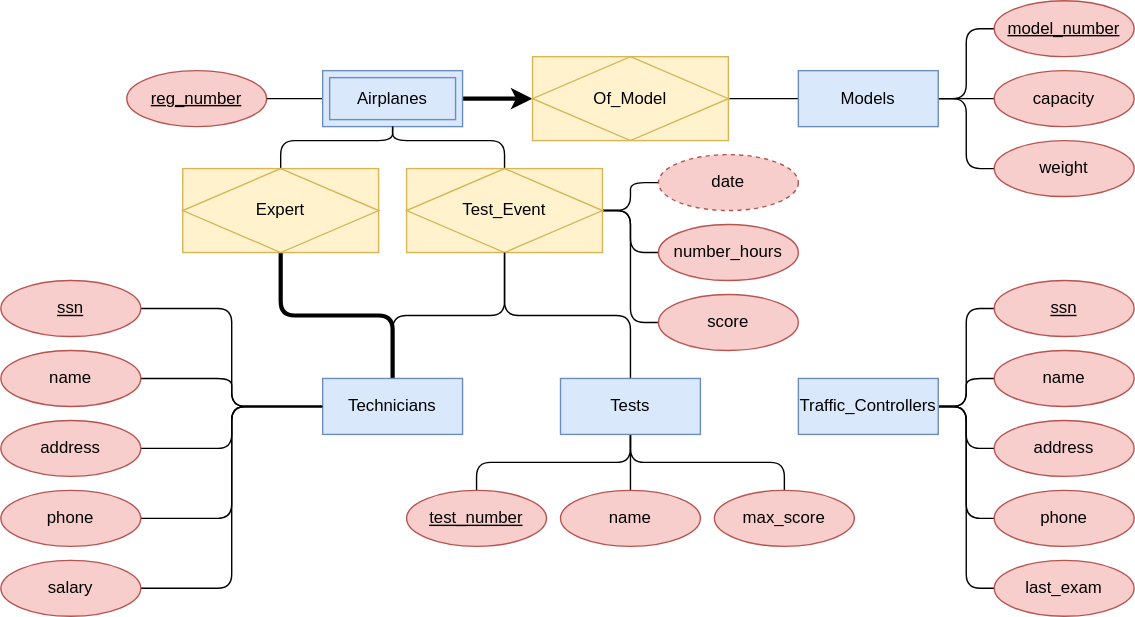
eamonniknafs/sample-SQL-schemas keeps this draw.io diagram as AirportBase/ER.svg. Above is the earlier version. Source tidied: cells renumbered, new cells last; positions are measured from the earlier drawing's top-left corner, leaving out a move shared by most shapes.
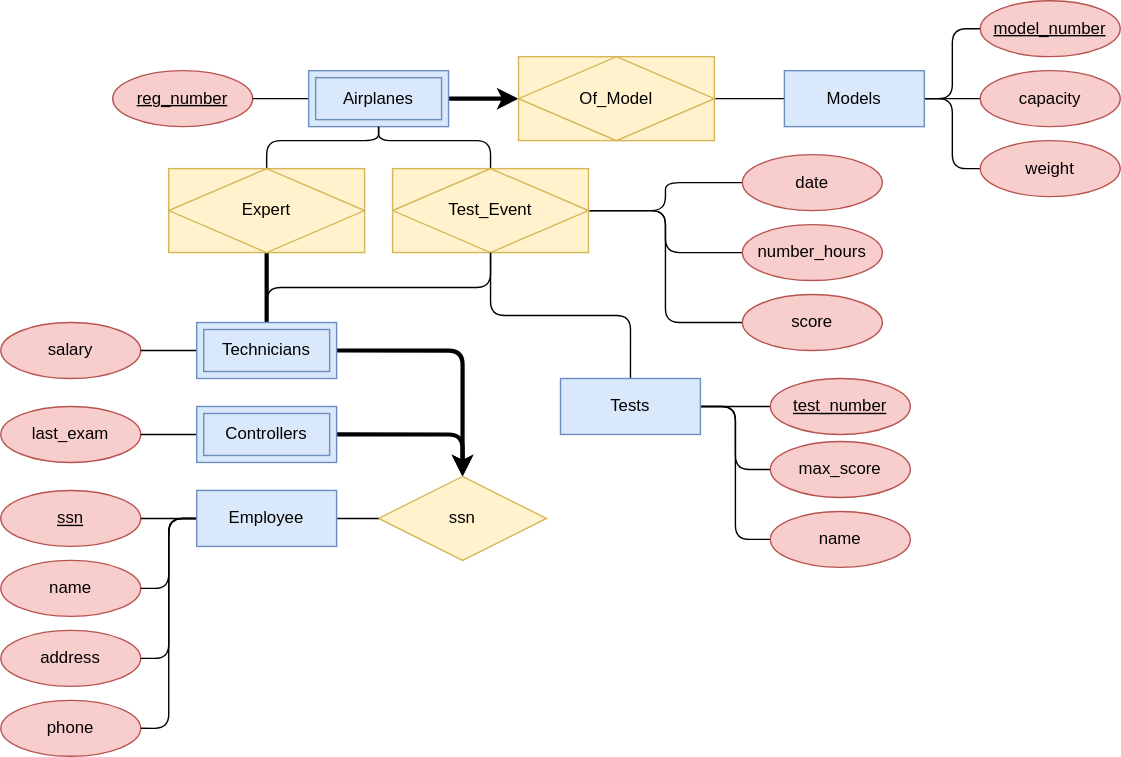
Above is the later version.

Change to the diagram source:
```diff
@@ -41,27 +41,9 @@
     <mxCell id="14" value="model_number" style="ellipse;whiteSpace=wrap;html=1;align=center;fontStyle=4;fontFamily=Helvetica;fontSize=12;fontColor=default;strokeColor=#b85450;fillColor=#f8cecc;" parent="1" vertex="1">
       <mxGeometry x="710" width="100" height="40" as="geometry" />
     </mxCell>
-    <mxCell id="15" style="edgeStyle=orthogonalEdgeStyle;rounded=1;jettySize=auto;html=1;exitX=0;exitY=0.5;exitDx=0;exitDy=0;entryX=1;entryY=0.5;entryDx=0;entryDy=0;labelBackgroundColor=default;fontFamily=Helvetica;fontSize=12;fontColor=default;startArrow=none;startFill=0;endArrow=none;endFill=0;strokeColor=default;strokeWidth=1;" parent="1" edge="1" source="21" target="29">
-      <mxGeometry relative="1" as="geometry" />
-    </mxCell>
-    <mxCell id="16" style="edgeStyle=orthogonalEdgeStyle;rounded=1;jettySize=auto;html=1;exitX=0;exitY=0.5;exitDx=0;exitDy=0;entryX=1;entryY=0.5;entryDx=0;entryDy=0;labelBackgroundColor=default;fontFamily=Helvetica;fontSize=12;fontColor=default;startArrow=none;startFill=0;endArrow=none;endFill=0;strokeColor=default;strokeWidth=1;" parent="1" edge="1" source="21" target="30">
-      <mxGeometry relative="1" as="geometry" />
-    </mxCell>
-    <mxCell id="17" style="edgeStyle=orthogonalEdgeStyle;rounded=1;jettySize=auto;html=1;exitX=0;exitY=0.5;exitDx=0;exitDy=0;entryX=1;entryY=0.5;entryDx=0;entryDy=0;labelBackgroundColor=default;fontFamily=Helvetica;fontSize=12;fontColor=default;startArrow=none;startFill=0;endArrow=none;endFill=0;strokeColor=default;strokeWidth=1;" parent="1" edge="1" source="21" target="31">
-      <mxGeometry relative="1" as="geometry" />
-    </mxCell>
-    <mxCell id="18" style="edgeStyle=orthogonalEdgeStyle;rounded=1;jettySize=auto;html=1;exitX=0;exitY=0.5;exitDx=0;exitDy=0;entryX=1;entryY=0.5;entryDx=0;entryDy=0;labelBackgroundColor=default;fontFamily=Helvetica;fontSize=12;fontColor=default;startArrow=none;startFill=0;endArrow=none;endFill=0;strokeColor=default;strokeWidth=1;" parent="1" edge="1" source="21" target="32">
-      <mxGeometry relative="1" as="geometry" />
-    </mxCell>
-    <mxCell id="19" style="edgeStyle=orthogonalEdgeStyle;rounded=1;jettySize=auto;html=1;exitX=0.5;exitY=0;exitDx=0;exitDy=0;entryX=0.5;entryY=1;entryDx=0;entryDy=0;labelBackgroundColor=default;fontFamily=Helvetica;fontSize=12;fontColor=default;startArrow=none;startFill=0;endArrow=none;endFill=0;strokeColor=default;strokeWidth=3;" parent="1" edge="1" source="21" target="23">
+    <mxCell id="19" style="edgeStyle=orthogonalEdgeStyle;rounded=1;jettySize=auto;html=1;entryX=0.5;entryY=1;entryDx=0;entryDy=0;labelBackgroundColor=default;fontFamily=Helvetica;fontSize=12;fontColor=default;startArrow=none;startFill=0;endArrow=none;endFill=0;strokeColor=default;strokeWidth=3;" parent="1" edge="1" source="21" target="23">
       <mxGeometry relative="1" as="geometry" />
     </mxCell>
-    <mxCell id="20" style="edgeStyle=orthogonalEdgeStyle;rounded=1;jettySize=auto;html=1;exitX=0.5;exitY=0;exitDx=0;exitDy=0;entryX=0.5;entryY=1;entryDx=0;entryDy=0;labelBackgroundColor=default;fontFamily=Helvetica;fontSize=12;fontColor=default;startArrow=none;startFill=0;endArrow=none;endFill=0;strokeColor=default;strokeWidth=1;" parent="1" edge="1" source="21" target="28">
-      <mxGeometry relative="1" as="geometry" />
-    </mxCell>
-    <mxCell id="21" value="Technicians" style="whiteSpace=wrap;html=1;align=center;fontFamily=Helvetica;fontSize=12;strokeColor=#6c8ebf;fillColor=#dae8fc;" parent="1" vertex="1">
-      <mxGeometry x="230" y="270" width="100" height="40" as="geometry" />
-    </mxCell>
     <mxCell id="22" style="edgeStyle=orthogonalEdgeStyle;rounded=1;jettySize=auto;html=1;exitX=0.5;exitY=0;exitDx=0;exitDy=0;entryX=0.5;entryY=1;entryDx=0;entryDy=0;labelBackgroundColor=default;fontFamily=Helvetica;fontSize=12;fontColor=default;startArrow=none;startFill=0;endArrow=none;endFill=0;strokeColor=default;strokeWidth=1;" parent="1" edge="1" source="23" target="5">
       <mxGeometry relative="1" as="geometry" />
     </mxCell>
@@ -80,92 +62,101 @@
     <mxCell id="27" style="edgeStyle=orthogonalEdgeStyle;shape=connector;rounded=1;jettySize=auto;html=1;exitX=1;exitY=0.5;exitDx=0;exitDy=0;entryX=0;entryY=0.5;entryDx=0;entryDy=0;labelBackgroundColor=default;fontFamily=Helvetica;fontSize=12;fontColor=default;startArrow=none;startFill=0;endArrow=none;endFill=0;strokeColor=default;strokeWidth=1;" parent="1" edge="1" source="28" target="56">
       <mxGeometry relative="1" as="geometry" />
     </mxCell>
+    <mxCell id="57" style="edgeStyle=orthogonalEdgeStyle;shape=connector;rounded=1;jettySize=auto;html=1;exitX=0.5;exitY=1;exitDx=0;exitDy=0;entryX=0.5;entryY=0;entryDx=0;entryDy=0;labelBackgroundColor=default;fontFamily=Helvetica;fontSize=12;fontColor=default;startArrow=none;startFill=0;endArrow=none;endFill=0;strokeColor=default;strokeWidth=1;" parent="1" edge="1" source="28" target="21">
+      <mxGeometry relative="1" as="geometry" />
+    </mxCell>
     <mxCell id="28" value="Test_Event" style="shape=associativeEntity;whiteSpace=wrap;html=1;align=center;fontFamily=Helvetica;fontSize=12;strokeColor=#d6b656;fillColor=#fff2cc;" parent="1" vertex="1">
       <mxGeometry x="290" y="120" width="140" height="60" as="geometry" />
     </mxCell>
     <mxCell id="29" value="ssn" style="ellipse;whiteSpace=wrap;html=1;align=center;fontStyle=4;fontFamily=Helvetica;fontSize=12;fontColor=default;strokeColor=#b85450;fillColor=#f8cecc;" parent="1" vertex="1">
-      <mxGeometry y="200" width="100" height="40" as="geometry" />
+      <mxGeometry x="10" y="350" width="100" height="40" as="geometry" />
     </mxCell>
     <mxCell id="30" value="name" style="ellipse;whiteSpace=wrap;html=1;align=center;fontFamily=Helvetica;fontSize=12;fontColor=default;strokeColor=#b85450;fillColor=#f8cecc;" parent="1" vertex="1">
-      <mxGeometry y="250" width="100" height="40" as="geometry" />
+      <mxGeometry x="10" y="400" width="100" height="40" as="geometry" />
     </mxCell>
     <mxCell id="31" value="address" style="ellipse;whiteSpace=wrap;html=1;align=center;fontFamily=Helvetica;fontSize=12;fontColor=default;strokeColor=#b85450;fillColor=#f8cecc;" parent="1" vertex="1">
-      <mxGeometry y="300" width="100" height="40" as="geometry" />
+      <mxGeometry x="10" y="450" width="100" height="40" as="geometry" />
     </mxCell>
     <mxCell id="32" value="phone" style="ellipse;whiteSpace=wrap;html=1;align=center;fontFamily=Helvetica;fontSize=12;fontColor=default;strokeColor=#b85450;fillColor=#f8cecc;" parent="1" vertex="1">
-      <mxGeometry y="350" width="100" height="40" as="geometry" />
+      <mxGeometry x="10" y="500" width="100" height="40" as="geometry" />
     </mxCell>
-    <mxCell id="33" style="edgeStyle=orthogonalEdgeStyle;rounded=1;jettySize=auto;html=1;exitX=1;exitY=0.5;exitDx=0;exitDy=0;entryX=0;entryY=0.5;entryDx=0;entryDy=0;labelBackgroundColor=default;fontFamily=Helvetica;fontSize=12;fontColor=default;startArrow=none;startFill=0;endArrow=none;endFill=0;strokeColor=default;strokeWidth=1;" parent="1" edge="1" source="38" target="44">
-      <mxGeometry relative="1" as="geometry" />
-    </mxCell>
-    <mxCell id="34" style="edgeStyle=orthogonalEdgeStyle;shape=connector;rounded=1;jettySize=auto;html=1;exitX=1;exitY=0.5;exitDx=0;exitDy=0;entryX=0;entryY=0.5;entryDx=0;entryDy=0;labelBackgroundColor=default;fontFamily=Helvetica;fontSize=12;fontColor=default;startArrow=none;startFill=0;endArrow=none;endFill=0;strokeColor=default;strokeWidth=1;" parent="1" edge="1" source="38" target="45">
-      <mxGeometry relative="1" as="geometry" />
-    </mxCell>
-    <mxCell id="35" style="edgeStyle=orthogonalEdgeStyle;shape=connector;rounded=1;jettySize=auto;html=1;exitX=1;exitY=0.5;exitDx=0;exitDy=0;labelBackgroundColor=default;fontFamily=Helvetica;fontSize=12;fontColor=default;startArrow=none;startFill=0;endArrow=none;endFill=0;strokeColor=default;strokeWidth=1;" parent="1" edge="1" source="38" target="48">
-      <mxGeometry relative="1" as="geometry" />
-    </mxCell>
-    <mxCell id="36" style="edgeStyle=orthogonalEdgeStyle;shape=connector;rounded=1;jettySize=auto;html=1;exitX=1;exitY=0.5;exitDx=0;exitDy=0;entryX=0;entryY=0.5;entryDx=0;entryDy=0;labelBackgroundColor=default;fontFamily=Helvetica;fontSize=12;fontColor=default;startArrow=none;startFill=0;endArrow=none;endFill=0;strokeColor=default;strokeWidth=1;" parent="1" edge="1" source="38" target="49">
-      <mxGeometry relative="1" as="geometry" />
-    </mxCell>
-    <mxCell id="37" style="edgeStyle=orthogonalEdgeStyle;shape=connector;rounded=1;jettySize=auto;html=1;exitX=1;exitY=0.5;exitDx=0;exitDy=0;entryX=0;entryY=0.5;entryDx=0;entryDy=0;labelBackgroundColor=default;fontFamily=Helvetica;fontSize=12;fontColor=default;startArrow=none;startFill=0;endArrow=none;endFill=0;strokeColor=default;strokeWidth=1;" parent="1" edge="1" source="38" target="50">
-      <mxGeometry relative="1" as="geometry" />
-    </mxCell>
-    <mxCell id="38" value="Traffic_Controllers" style="whiteSpace=wrap;html=1;align=center;fontFamily=Helvetica;fontSize=12;strokeColor=#6c8ebf;fillColor=#dae8fc;" parent="1" vertex="1">
-      <mxGeometry x="570" y="270" width="100" height="40" as="geometry" />
-    </mxCell>
     <mxCell id="39" style="edgeStyle=orthogonalEdgeStyle;rounded=1;jettySize=auto;html=1;exitX=0.5;exitY=0;exitDx=0;exitDy=0;entryX=0.5;entryY=1;entryDx=0;entryDy=0;labelBackgroundColor=default;fontFamily=Helvetica;fontSize=12;fontColor=default;startArrow=none;startFill=0;endArrow=none;endFill=0;strokeColor=default;strokeWidth=1;" parent="1" edge="1" source="43" target="28">
       <mxGeometry relative="1" as="geometry" />
     </mxCell>
-    <mxCell id="40" style="edgeStyle=orthogonalEdgeStyle;shape=connector;rounded=1;jettySize=auto;html=1;exitX=0.5;exitY=1;exitDx=0;exitDy=0;entryX=0.5;entryY=0;entryDx=0;entryDy=0;labelBackgroundColor=default;fontFamily=Helvetica;fontSize=12;fontColor=default;startArrow=none;startFill=0;endArrow=none;endFill=0;strokeColor=default;strokeWidth=1;" parent="1" edge="1" source="43" target="52">
-      <mxGeometry relative="1" as="geometry" />
-    </mxCell>
-    <mxCell id="41" style="edgeStyle=orthogonalEdgeStyle;shape=connector;rounded=1;jettySize=auto;html=1;exitX=0.5;exitY=1;exitDx=0;exitDy=0;entryX=0.5;entryY=0;entryDx=0;entryDy=0;labelBackgroundColor=default;fontFamily=Helvetica;fontSize=12;fontColor=default;startArrow=none;startFill=0;endArrow=none;endFill=0;strokeColor=default;strokeWidth=1;" parent="1" edge="1" source="43" target="51">
+    <mxCell id="41" style="edgeStyle=orthogonalEdgeStyle;shape=connector;rounded=1;jettySize=auto;html=1;exitX=1;exitY=0.5;exitDx=0;exitDy=0;entryX=0;entryY=0.5;entryDx=0;entryDy=0;labelBackgroundColor=default;fontFamily=Helvetica;fontSize=12;fontColor=default;startArrow=none;startFill=0;endArrow=none;endFill=0;strokeColor=default;strokeWidth=1;" parent="1" edge="1" source="43" target="51">
       <mxGeometry relative="1" as="geometry" />
     </mxCell>
-    <mxCell id="42" style="edgeStyle=orthogonalEdgeStyle;shape=connector;rounded=1;jettySize=auto;html=1;exitX=0.5;exitY=1;exitDx=0;exitDy=0;labelBackgroundColor=default;fontFamily=Helvetica;fontSize=12;fontColor=default;startArrow=none;startFill=0;endArrow=none;endFill=0;strokeColor=default;strokeWidth=1;" parent="1" edge="1" source="43" target="53">
+    <mxCell id="42" style="edgeStyle=orthogonalEdgeStyle;shape=connector;rounded=1;jettySize=auto;html=1;exitX=1;exitY=0.5;exitDx=0;exitDy=0;entryX=0;entryY=0.5;entryDx=0;entryDy=0;labelBackgroundColor=default;fontFamily=Helvetica;fontSize=12;fontColor=default;startArrow=none;startFill=0;endArrow=none;endFill=0;strokeColor=default;strokeWidth=1;" parent="1" edge="1" source="43" target="53">
       <mxGeometry relative="1" as="geometry" />
     </mxCell>
+    <mxCell id="40" style="edgeStyle=orthogonalEdgeStyle;shape=connector;rounded=1;jettySize=auto;html=1;exitX=1;exitY=0.5;exitDx=0;exitDy=0;entryX=0;entryY=0.5;entryDx=0;entryDy=0;labelBackgroundColor=default;fontFamily=Helvetica;fontSize=12;fontColor=default;startArrow=none;startFill=0;endArrow=none;endFill=0;strokeColor=default;strokeWidth=1;" parent="1" edge="1" source="43" target="52">
+      <mxGeometry relative="1" as="geometry" />
+    </mxCell>
     <mxCell id="43" value="Tests" style="whiteSpace=wrap;html=1;align=center;fontFamily=Helvetica;fontSize=12;strokeColor=#6c8ebf;fillColor=#dae8fc;" parent="1" vertex="1">
-      <mxGeometry x="400" y="270" width="100" height="40" as="geometry" />
+      <mxGeometry x="410" y="270" width="100" height="40" as="geometry" />
     </mxCell>
-    <mxCell id="44" value="ssn" style="ellipse;whiteSpace=wrap;html=1;align=center;fontStyle=4;fontFamily=Helvetica;fontSize=12;fontColor=default;strokeColor=#b85450;fillColor=#f8cecc;" parent="1" vertex="1">
-      <mxGeometry x="710" y="200" width="100" height="40" as="geometry" />
-    </mxCell>
-    <mxCell id="45" value="name" style="ellipse;whiteSpace=wrap;html=1;align=center;fontFamily=Helvetica;fontSize=12;fontColor=default;strokeColor=#b85450;fillColor=#f8cecc;" parent="1" vertex="1">
-      <mxGeometry x="710" y="250" width="100" height="40" as="geometry" />
-    </mxCell>
-    <mxCell id="46" style="edgeStyle=orthogonalEdgeStyle;rounded=1;jettySize=auto;html=1;exitX=1;exitY=0.5;exitDx=0;exitDy=0;entryX=0;entryY=0.5;entryDx=0;entryDy=0;labelBackgroundColor=default;fontFamily=Helvetica;fontSize=12;fontColor=default;startArrow=none;startFill=0;endArrow=none;endFill=0;strokeColor=default;strokeWidth=1;" parent="1" edge="1" source="47" target="21">
-      <mxGeometry relative="1" as="geometry" />
-    </mxCell>
     <mxCell id="47" value="salary" style="ellipse;whiteSpace=wrap;html=1;align=center;fontFamily=Helvetica;fontSize=12;fontColor=default;strokeColor=#b85450;fillColor=#f8cecc;" parent="1" vertex="1">
-      <mxGeometry y="400" width="100" height="40" as="geometry" />
+      <mxGeometry x="10" y="230" width="100" height="40" as="geometry" />
     </mxCell>
-    <mxCell id="48" value="address" style="ellipse;whiteSpace=wrap;html=1;align=center;fontFamily=Helvetica;fontSize=12;fontColor=default;strokeColor=#b85450;fillColor=#f8cecc;" parent="1" vertex="1">
-      <mxGeometry x="710" y="300" width="100" height="40" as="geometry" />
-    </mxCell>
-    <mxCell id="49" value="phone" style="ellipse;whiteSpace=wrap;html=1;align=center;fontFamily=Helvetica;fontSize=12;fontColor=default;strokeColor=#b85450;fillColor=#f8cecc;" parent="1" vertex="1">
-      <mxGeometry x="710" y="350" width="100" height="40" as="geometry" />
-    </mxCell>
     <mxCell id="50" value="last_exam" style="ellipse;whiteSpace=wrap;html=1;align=center;fontFamily=Helvetica;fontSize=12;fontColor=default;strokeColor=#b85450;fillColor=#f8cecc;" parent="1" vertex="1">
-      <mxGeometry x="710" y="400" width="100" height="40" as="geometry" />
+      <mxGeometry x="10" y="290" width="100" height="40" as="geometry" />
     </mxCell>
     <mxCell id="51" value="test_number" style="ellipse;whiteSpace=wrap;html=1;align=center;fontStyle=4;fontFamily=Helvetica;fontSize=12;fontColor=default;strokeColor=#b85450;fillColor=#f8cecc;" parent="1" vertex="1">
-      <mxGeometry x="290" y="350" width="100" height="40" as="geometry" />
+      <mxGeometry x="560" y="270" width="100" height="40" as="geometry" />
     </mxCell>
     <mxCell id="52" value="name" style="ellipse;whiteSpace=wrap;html=1;align=center;fontFamily=Helvetica;fontSize=12;fontColor=default;strokeColor=#b85450;fillColor=#f8cecc;" parent="1" vertex="1">
-      <mxGeometry x="400" y="350" width="100" height="40" as="geometry" />
+      <mxGeometry x="560" y="365" width="100" height="40" as="geometry" />
     </mxCell>
     <mxCell id="53" value="max_score" style="ellipse;whiteSpace=wrap;html=1;align=center;fontFamily=Helvetica;fontSize=12;fontColor=default;strokeColor=#b85450;fillColor=#f8cecc;" parent="1" vertex="1">
-      <mxGeometry x="510" y="350" width="100" height="40" as="geometry" />
+      <mxGeometry x="560" y="315" width="100" height="40" as="geometry" />
     </mxCell>
-    <mxCell id="54" value="date" style="ellipse;whiteSpace=wrap;html=1;align=center;dashed=1;fontFamily=Helvetica;fontSize=12;fontColor=default;strokeColor=#b85450;fillColor=#f8cecc;" parent="1" vertex="1">
-      <mxGeometry x="470" y="110" width="100" height="40" as="geometry" />
+    <mxCell id="54" value="date" style="ellipse;whiteSpace=wrap;html=1;align=center;fontFamily=Helvetica;fontSize=12;fontColor=default;strokeColor=#b85450;fillColor=#f8cecc;gradientColor=none;" parent="1" vertex="1">
+      <mxGeometry x="540" y="110" width="100" height="40" as="geometry" />
     </mxCell>
     <mxCell id="55" value="number_hours" style="ellipse;whiteSpace=wrap;html=1;align=center;fontFamily=Helvetica;fontSize=12;fontColor=default;strokeColor=#b85450;fillColor=#f8cecc;" parent="1" vertex="1">
-      <mxGeometry x="470" y="160" width="100" height="40" as="geometry" />
+      <mxGeometry x="540" y="160" width="100" height="40" as="geometry" />
     </mxCell>
     <mxCell id="56" value="score" style="ellipse;whiteSpace=wrap;html=1;align=center;fontFamily=Helvetica;fontSize=12;fontColor=default;strokeColor=#b85450;fillColor=#f8cecc;" parent="1" vertex="1">
-      <mxGeometry x="470" y="210" width="100" height="40" as="geometry" />
+      <mxGeometry x="540" y="210" width="100" height="40" as="geometry" />
     </mxCell>
+    <mxCell id="58" style="edgeStyle=orthogonalEdgeStyle;shape=connector;rounded=1;jettySize=auto;html=1;exitX=0.5;exitY=0;exitDx=0;exitDy=0;entryX=1;entryY=0.5;entryDx=0;entryDy=0;labelBackgroundColor=default;fontFamily=Helvetica;fontSize=12;fontColor=default;startArrow=classic;startFill=1;endArrow=none;endFill=0;strokeColor=default;strokeWidth=3;" parent="1" edge="1" source="44" target="68">
+      <mxGeometry relative="1" as="geometry" />
+    </mxCell>
+    <mxCell id="59" style="edgeStyle=orthogonalEdgeStyle;shape=connector;rounded=1;jettySize=auto;html=1;exitX=0.5;exitY=0;exitDx=0;exitDy=0;entryX=1;entryY=0.5;entryDx=0;entryDy=0;labelBackgroundColor=default;fontFamily=Helvetica;fontSize=12;fontColor=default;startArrow=classic;startFill=1;endArrow=none;endFill=0;strokeColor=default;strokeWidth=3;" parent="1" edge="1" source="44" target="21">
+      <mxGeometry relative="1" as="geometry" />
+    </mxCell>
+    <mxCell id="44" value="ssn" style="shape=rhombus;perimeter=rhombusPerimeter;whiteSpace=wrap;html=1;align=center;fontFamily=Helvetica;fontSize=12;strokeColor=#d6b656;fillColor=#fff2cc;" parent="1" vertex="1">
+      <mxGeometry x="280" y="340" width="120" height="60" as="geometry" />
+    </mxCell>
+    <mxCell id="60" style="edgeStyle=orthogonalEdgeStyle;shape=connector;rounded=1;jettySize=auto;html=1;exitX=0;exitY=0.5;exitDx=0;exitDy=0;labelBackgroundColor=default;fontFamily=Helvetica;fontSize=12;fontColor=default;startArrow=none;startFill=0;endArrow=none;endFill=0;strokeColor=default;strokeWidth=1;" parent="1" edge="1" source="65" target="29">
+      <mxGeometry relative="1" as="geometry" />
+    </mxCell>
+    <mxCell id="61" style="edgeStyle=orthogonalEdgeStyle;shape=connector;rounded=1;jettySize=auto;html=1;exitX=0;exitY=0.5;exitDx=0;exitDy=0;entryX=1;entryY=0.5;entryDx=0;entryDy=0;labelBackgroundColor=default;fontFamily=Helvetica;fontSize=12;fontColor=default;startArrow=none;startFill=0;endArrow=none;endFill=0;strokeColor=default;strokeWidth=1;" parent="1" edge="1" source="65" target="30">
+      <mxGeometry relative="1" as="geometry" />
+    </mxCell>
+    <mxCell id="62" style="edgeStyle=orthogonalEdgeStyle;shape=connector;rounded=1;jettySize=auto;html=1;exitX=0;exitY=0.5;exitDx=0;exitDy=0;entryX=1;entryY=0.5;entryDx=0;entryDy=0;labelBackgroundColor=default;fontFamily=Helvetica;fontSize=12;fontColor=default;startArrow=none;startFill=0;endArrow=none;endFill=0;strokeColor=default;strokeWidth=1;" parent="1" edge="1" source="65" target="31">
+      <mxGeometry relative="1" as="geometry" />
+    </mxCell>
+    <mxCell id="63" style="edgeStyle=orthogonalEdgeStyle;shape=connector;rounded=1;jettySize=auto;html=1;exitX=0;exitY=0.5;exitDx=0;exitDy=0;entryX=1;entryY=0.5;entryDx=0;entryDy=0;labelBackgroundColor=default;fontFamily=Helvetica;fontSize=12;fontColor=default;startArrow=none;startFill=0;endArrow=none;endFill=0;strokeColor=default;strokeWidth=1;" parent="1" edge="1" source="65" target="32">
+      <mxGeometry relative="1" as="geometry" />
+    </mxCell>
+    <mxCell id="64" style="edgeStyle=orthogonalEdgeStyle;shape=connector;rounded=1;jettySize=auto;html=1;exitX=1;exitY=0.5;exitDx=0;exitDy=0;labelBackgroundColor=default;fontFamily=Helvetica;fontSize=12;fontColor=default;startArrow=none;startFill=0;endArrow=none;endFill=0;strokeColor=default;strokeWidth=1;" parent="1" edge="1" source="65" target="44">
+      <mxGeometry relative="1" as="geometry" />
+    </mxCell>
+    <mxCell id="65" value="Employee" style="whiteSpace=wrap;html=1;align=center;fontFamily=Helvetica;fontSize=12;strokeColor=#6c8ebf;fillColor=#dae8fc;" parent="1" vertex="1">
+      <mxGeometry x="150" y="350" width="100" height="40" as="geometry" />
+    </mxCell>
+    <mxCell id="66" style="edgeStyle=orthogonalEdgeStyle;shape=connector;rounded=1;jettySize=auto;html=1;labelBackgroundColor=default;fontFamily=Helvetica;fontSize=12;fontColor=default;startArrow=none;startFill=0;endArrow=none;endFill=0;strokeColor=default;strokeWidth=1;" parent="1" edge="1" source="21" target="47">
+      <mxGeometry relative="1" as="geometry" />
+    </mxCell>
+    <mxCell id="21" value="Technicians" style="shape=ext;margin=3;double=1;whiteSpace=wrap;html=1;align=center;fontFamily=Helvetica;fontSize=12;strokeColor=#6c8ebf;fillColor=#dae8fc;" parent="1" vertex="1">
+      <mxGeometry x="150" y="230" width="100" height="40" as="geometry" />
+    </mxCell>
+    <mxCell id="67" style="edgeStyle=orthogonalEdgeStyle;shape=connector;rounded=1;jettySize=auto;html=1;labelBackgroundColor=default;fontFamily=Helvetica;fontSize=12;fontColor=default;startArrow=none;startFill=0;endArrow=none;endFill=0;strokeColor=default;strokeWidth=1;" parent="1" edge="1" source="68" target="50">
+      <mxGeometry relative="1" as="geometry" />
+    </mxCell>
+    <mxCell id="68" value="Controllers" style="shape=ext;margin=3;double=1;whiteSpace=wrap;html=1;align=center;fontFamily=Helvetica;fontSize=12;strokeColor=#6c8ebf;fillColor=#dae8fc;" parent="1" vertex="1">
+      <mxGeometry x="150" y="290" width="100" height="40" as="geometry" />
+    </mxCell>
   </root>
 </mxGraphModel>
```
